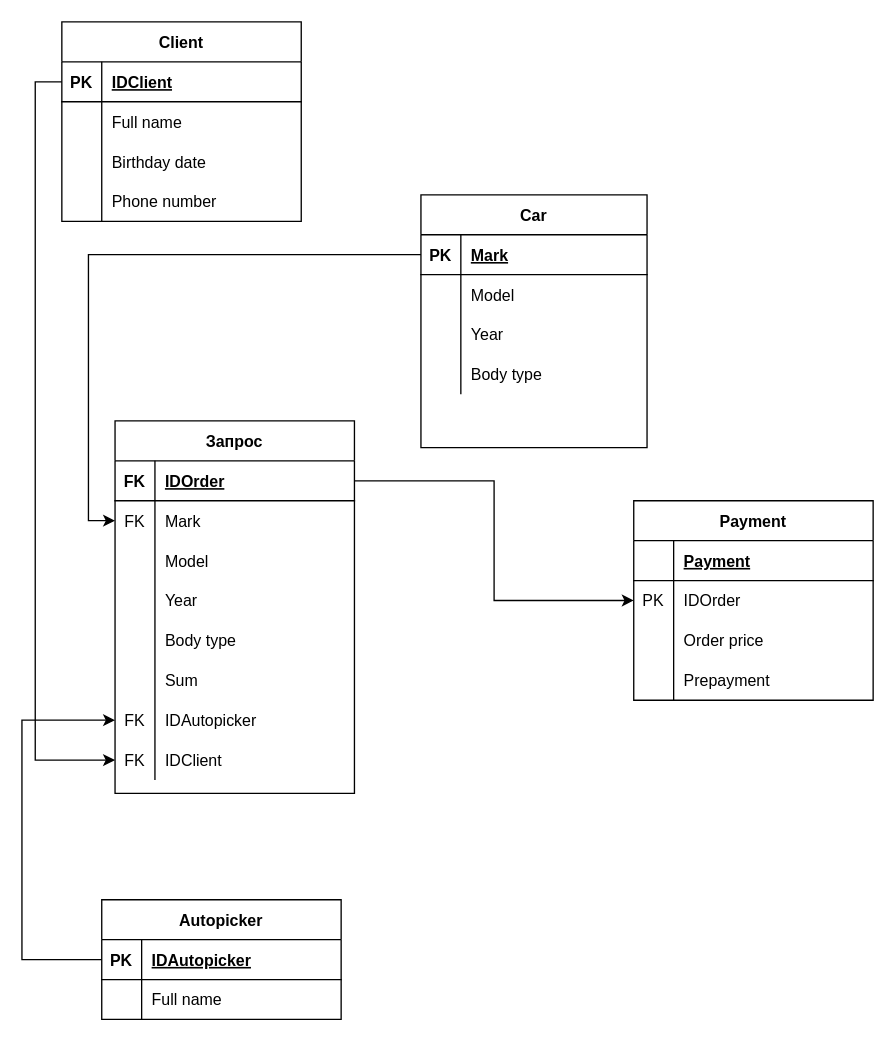
This is Диаграммы/ER.drawio from maksaev62/repr1, a draw.io file, before an edit. Source tidied: cells renumbered, new cells numbered last; positions are measured from the earlier drawing's top-left corner, leaving out a move shared by most shapes. Both pictures are drawn from the tidied source at 133%, with x=0, y=0 at pixel (21, 21).
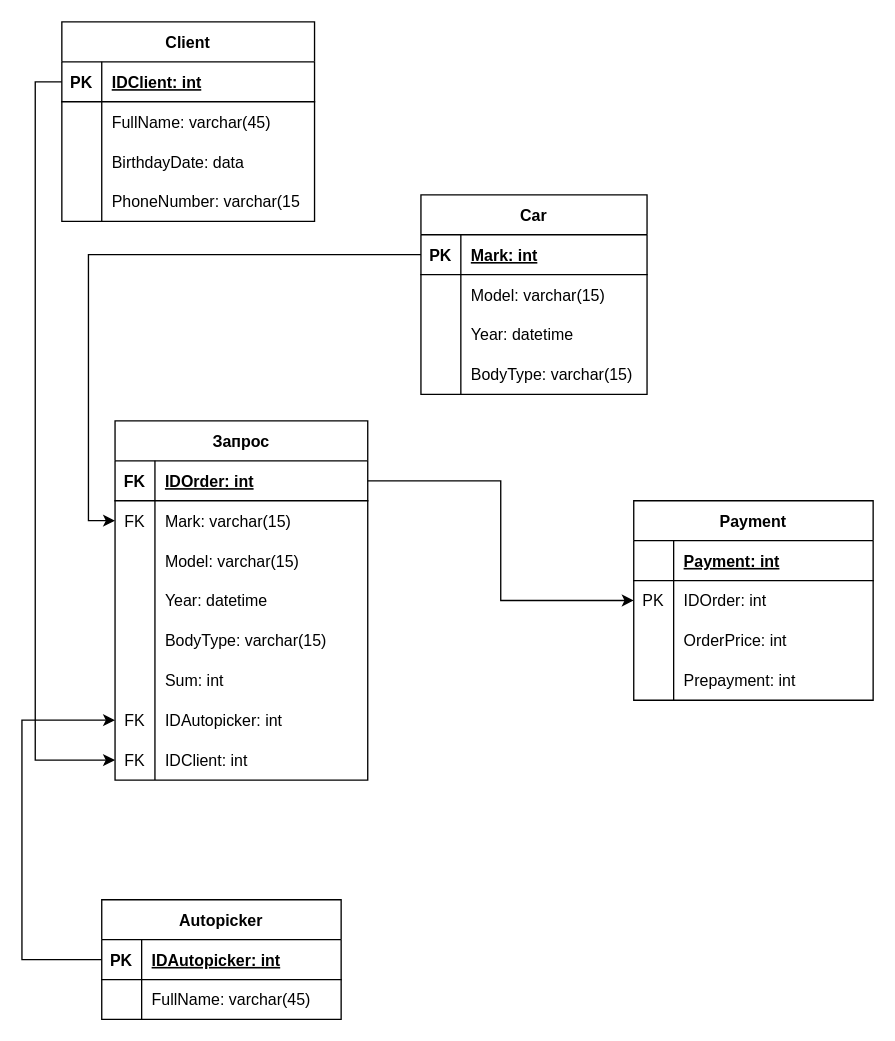
The same diagram, later.

The change refers to these unchanged cells:
```xml
<mxCell id="41" style="shape=partialRectangle;fillColor=none;top=0;left=0;bottom=1;right=0;points=[[0,0.5],[1,0.5]];portConstraint=eastwest;" parent="40" vertex="1">
  <mxGeometry y="30" width="170" height="30" as="geometry" />
</mxCell>
<mxCell id="44" style="shape=partialRectangle;fillColor=none;top=0;left=0;bottom=0;right=0;" parent="40" vertex="1">
  <mxGeometry y="60" width="170" height="30" as="geometry" />
</mxCell>
<mxCell id="47" style="shape=partialRectangle;fillColor=none;top=0;left=0;bottom=0;right=0;" parent="40" vertex="1">
  <mxGeometry y="90" width="170" height="30" as="geometry" />
</mxCell>
<mxCell id="50" style="shape=partialRectangle;fillColor=none;top=0;left=0;bottom=0;right=0;" parent="40" vertex="1">
  <mxGeometry y="120" width="170" height="30" as="geometry" />
</mxCell>
<mxCell id="54" style="shape=partialRectangle;fillColor=none;top=0;left=0;bottom=1;right=0;points=[[0,0.5],[1,0.5]];portConstraint=eastwest;" parent="53" vertex="1">
  <mxGeometry y="30" width="180" height="30" as="geometry" />
</mxCell>
<mxCell id="57" style="shape=partialRectangle;fillColor=none;top=0;left=0;bottom=0;right=0;" parent="53" vertex="1">
  <mxGeometry y="60" width="180" height="30" as="geometry" />
</mxCell>
<mxCell id="61" style="shape=partialRectangle;fillColor=none;top=0;left=0;bottom=1;right=0;" parent="60" vertex="1">
  <mxGeometry y="30" width="180" height="30" as="geometry" />
</mxCell>
<mxCell id="64" style="shape=partialRectangle;fillColor=none;top=0;left=0;bottom=0;right=0;points=[[0,0.5],[1,0.5]];portConstraint=eastwest;" parent="60" vertex="1">
  <mxGeometry y="60" width="180" height="30" as="geometry" />
</mxCell>
<mxCell id="67" style="shape=partialRectangle;fillColor=none;top=0;left=0;bottom=0;right=0;" parent="60" vertex="1">
  <mxGeometry y="90" width="180" height="30" as="geometry" />
</mxCell>
<mxCell id="70" style="shape=partialRectangle;fillColor=none;top=0;left=0;bottom=0;right=0;" parent="60" vertex="1">
  <mxGeometry y="120" width="180" height="30" as="geometry" />
</mxCell>
```

The edit, as a diff of the source:
```diff
@@
     <mxCell id="2" value="Client" style="shape=table;startSize=30;childLayout=tableLayout;rowLines=0;fontStyle=1;align=center;" parent="1" vertex="1">
-      <mxGeometry x="30" width="180" height="150" as="geometry" />
+      <mxGeometry x="30" width="190" height="150" as="geometry" />
     </mxCell>
     <mxCell id="3" style="shape=partialRectangle;fillColor=none;top=0;left=0;bottom=1;right=0;points=[[0,0.5],[1,0.5]];portConstraint=eastwest;" parent="2" vertex="1">
-      <mxGeometry y="30" width="180" height="30" as="geometry" />
+      <mxGeometry y="30" width="190" height="30" as="geometry" />
     </mxCell>
@@
-    <mxCell id="5" value="IDClient" style="shape=partialRectangle;fillColor=none;top=0;left=0;bottom=0;right=0;align=left;spacingLeft=6;fontStyle=5;overflow=hidden;" parent="3" vertex="1">
-      <mxGeometry x="30" width="150" height="30" as="geometry" />
+    <mxCell id="5" value="IDClient: int" style="shape=partialRectangle;fillColor=none;top=0;left=0;bottom=0;right=0;align=left;spacingLeft=6;fontStyle=5;overflow=hidden;" parent="3" vertex="1">
+      <mxGeometry x="30" width="160" height="30" as="geometry" />
     </mxCell>
     <mxCell id="6" style="shape=partialRectangle;fillColor=none;top=0;left=0;bottom=0;right=0;" parent="2" vertex="1">
-      <mxGeometry y="60" width="180" height="30" as="geometry" />
+      <mxGeometry y="60" width="190" height="30" as="geometry" />
     </mxCell>
@@
-    <mxCell id="8" value="Full name" style="shape=partialRectangle;fillColor=none;top=0;left=0;bottom=0;right=0;align=left;spacingLeft=6;overflow=hidden;" parent="6" vertex="1">
-      <mxGeometry x="30" width="150" height="30" as="geometry" />
+    <mxCell id="8" value="FullName: varchar(45)" style="shape=partialRectangle;fillColor=none;top=0;left=0;bottom=0;right=0;align=left;spacingLeft=6;overflow=hidden;" parent="6" vertex="1">
+      <mxGeometry x="30" width="160" height="30" as="geometry" />
     </mxCell>
     <mxCell id="9" style="shape=partialRectangle;fillColor=none;top=0;left=0;bottom=0;right=0;" parent="2" vertex="1">
-      <mxGeometry y="90" width="180" height="30" as="geometry" />
+      <mxGeometry y="90" width="190" height="30" as="geometry" />
     </mxCell>
@@
-    <mxCell id="11" value="Birthday date" style="shape=partialRectangle;fillColor=none;top=0;left=0;bottom=0;right=0;align=left;spacingLeft=6;overflow=hidden;" parent="9" vertex="1">
-      <mxGeometry x="30" width="150" height="30" as="geometry" />
+    <mxCell id="11" value="BirthdayDate: data" style="shape=partialRectangle;fillColor=none;top=0;left=0;bottom=0;right=0;align=left;spacingLeft=6;overflow=hidden;" parent="9" vertex="1">
+      <mxGeometry x="30" width="160" height="30" as="geometry" />
     </mxCell>
     <mxCell id="12" style="shape=partialRectangle;fillColor=none;top=0;left=0;bottom=0;right=0;" parent="2" vertex="1">
-      <mxGeometry y="120" width="180" height="30" as="geometry" />
+      <mxGeometry y="120" width="190" height="30" as="geometry" />
     </mxCell>
@@
-    <mxCell id="14" value="Phone number" style="shape=partialRectangle;fillColor=none;top=0;left=0;bottom=0;right=0;align=left;spacingLeft=6;overflow=hidden;" parent="12" vertex="1">
-      <mxGeometry x="30" width="150" height="30" as="geometry" />
+    <mxCell id="14" value="PhoneNumber: varchar(15" style="shape=partialRectangle;fillColor=none;top=0;left=0;bottom=0;right=0;align=left;spacingLeft=6;overflow=hidden;" parent="12" vertex="1">
+      <mxGeometry x="30" width="160" height="30" as="geometry" />
     </mxCell>
     <mxCell id="15" value="Запрос" style="shape=table;startSize=30;childLayout=tableLayout;rowLines=0;fontStyle=1;align=center;" parent="1" vertex="1">
-      <mxGeometry x="70" y="300" width="180" height="280" as="geometry" />
+      <mxGeometry x="70" y="300" width="190" height="270" as="geometry" />
     </mxCell>
     <mxCell id="16" style="shape=partialRectangle;fillColor=none;top=0;left=0;bottom=1;right=0;points=[[0,0.5],[1,0.5]];portConstraint=eastwest;" parent="15" vertex="1">
-      <mxGeometry y="30" width="180" height="30" as="geometry" />
+      <mxGeometry y="30" width="190" height="30" as="geometry" />
     </mxCell>
@@
-    <mxCell id="18" value="IDOrder" style="shape=partialRectangle;fillColor=none;top=0;left=0;bottom=0;right=0;align=left;spacingLeft=6;fontStyle=5;overflow=hidden;" parent="16" vertex="1">
-      <mxGeometry x="30" width="150" height="30" as="geometry" />
+    <mxCell id="18" value="IDOrder: int" style="shape=partialRectangle;fillColor=none;top=0;left=0;bottom=0;right=0;align=left;spacingLeft=6;fontStyle=5;overflow=hidden;" parent="16" vertex="1">
+      <mxGeometry x="30" width="160" height="30" as="geometry" />
     </mxCell>
     <mxCell id="19" style="shape=partialRectangle;fillColor=none;top=0;left=0;bottom=0;right=0;points=[[0,0.5],[1,0.5]];portConstraint=eastwest;" parent="15" vertex="1">
-      <mxGeometry y="60" width="180" height="30" as="geometry" />
+      <mxGeometry y="60" width="190" height="30" as="geometry" />
     </mxCell>
@@
-    <mxCell id="21" value="Mark" style="shape=partialRectangle;fillColor=none;top=0;left=0;bottom=0;right=0;align=left;spacingLeft=6;overflow=hidden;" parent="19" vertex="1">
-      <mxGeometry x="30" width="150" height="30" as="geometry" />
+    <mxCell id="21" value="Mark: varchar(15)" style="shape=partialRectangle;fillColor=none;top=0;left=0;bottom=0;right=0;align=left;spacingLeft=6;overflow=hidden;" parent="19" vertex="1">
+      <mxGeometry x="30" width="160" height="30" as="geometry" />
     </mxCell>
     <mxCell id="22" style="shape=partialRectangle;fillColor=none;top=0;left=0;bottom=0;right=0;" parent="15" vertex="1">
-      <mxGeometry y="90" width="180" height="30" as="geometry" />
+      <mxGeometry y="90" width="190" height="30" as="geometry" />
     </mxCell>
@@
-    <mxCell id="24" value="Model" style="shape=partialRectangle;fillColor=none;top=0;left=0;bottom=0;right=0;align=left;spacingLeft=6;overflow=hidden;" parent="22" vertex="1">
-      <mxGeometry x="30" width="150" height="30" as="geometry" />
+    <mxCell id="24" value="Model: varchar(15)" style="shape=partialRectangle;fillColor=none;top=0;left=0;bottom=0;right=0;align=left;spacingLeft=6;overflow=hidden;" parent="22" vertex="1">
+      <mxGeometry x="30" width="160" height="30" as="geometry" />
     </mxCell>
     <mxCell id="25" style="shape=partialRectangle;fillColor=none;top=0;left=0;bottom=0;right=0;" parent="15" vertex="1">
-      <mxGeometry y="120" width="180" height="30" as="geometry" />
+      <mxGeometry y="120" width="190" height="30" as="geometry" />
     </mxCell>
@@
-    <mxCell id="27" value="Year" style="shape=partialRectangle;fillColor=none;top=0;left=0;bottom=0;right=0;align=left;spacingLeft=6;overflow=hidden;" parent="25" vertex="1">
-      <mxGeometry x="30" width="150" height="30" as="geometry" />
+    <mxCell id="27" value="Year: datetime" style="shape=partialRectangle;fillColor=none;top=0;left=0;bottom=0;right=0;align=left;spacingLeft=6;overflow=hidden;" parent="25" vertex="1">
+      <mxGeometry x="30" width="160" height="30" as="geometry" />
     </mxCell>
     <mxCell id="28" style="shape=partialRectangle;fillColor=none;top=0;left=0;bottom=0;right=0;" parent="15" vertex="1">
-      <mxGeometry y="150" width="180" height="30" as="geometry" />
+      <mxGeometry y="150" width="190" height="30" as="geometry" />
     </mxCell>
@@
-    <mxCell id="30" value="Body type" style="shape=partialRectangle;fillColor=none;top=0;left=0;bottom=0;right=0;align=left;spacingLeft=6;overflow=hidden;" parent="28" vertex="1">
-      <mxGeometry x="30" width="150" height="30" as="geometry" />
+    <mxCell id="30" value="BodyType: varchar(15)" style="shape=partialRectangle;fillColor=none;top=0;left=0;bottom=0;right=0;align=left;spacingLeft=6;overflow=hidden;" parent="28" vertex="1">
+      <mxGeometry x="30" width="160" height="30" as="geometry" />
     </mxCell>
     <mxCell id="31" style="shape=partialRectangle;fillColor=none;top=0;left=0;bottom=0;right=0;" parent="15" vertex="1">
-      <mxGeometry y="180" width="180" height="30" as="geometry" />
+      <mxGeometry y="180" width="190" height="30" as="geometry" />
     </mxCell>
@@
-    <mxCell id="33" value="Sum" style="shape=partialRectangle;fillColor=none;top=0;left=0;bottom=0;right=0;align=left;spacingLeft=6;overflow=hidden;" parent="31" vertex="1">
-      <mxGeometry x="30" width="150" height="30" as="geometry" />
+    <mxCell id="33" value="Sum: int" style="shape=partialRectangle;fillColor=none;top=0;left=0;bottom=0;right=0;align=left;spacingLeft=6;overflow=hidden;" parent="31" vertex="1">
+      <mxGeometry x="30" width="160" height="30" as="geometry" />
     </mxCell>
     <mxCell id="34" style="shape=partialRectangle;fillColor=none;top=0;left=0;bottom=0;right=0;points=[[0,0.5],[1,0.5]];portConstraint=eastwest;" parent="15" vertex="1">
-      <mxGeometry y="210" width="180" height="30" as="geometry" />
+      <mxGeometry y="210" width="190" height="30" as="geometry" />
     </mxCell>
@@
-    <mxCell id="36" value="IDAutopicker" style="shape=partialRectangle;fillColor=none;top=0;left=0;bottom=0;right=0;align=left;spacingLeft=6;overflow=hidden;" parent="34" vertex="1">
-      <mxGeometry x="30" width="150" height="30" as="geometry" />
+    <mxCell id="36" value="IDAutopicker: int" style="shape=partialRectangle;fillColor=none;top=0;left=0;bottom=0;right=0;align=left;spacingLeft=6;overflow=hidden;" parent="34" vertex="1">
+      <mxGeometry x="30" width="160" height="30" as="geometry" />
     </mxCell>
     <mxCell id="37" style="shape=partialRectangle;fillColor=none;top=0;left=0;bottom=0;right=0;points=[[0,0.5],[1,0.5]];portConstraint=eastwest;" parent="15" vertex="1">
-      <mxGeometry y="240" width="180" height="30" as="geometry" />
+      <mxGeometry y="240" width="190" height="30" as="geometry" />
     </mxCell>
@@
-    <mxCell id="39" value="IDClient" style="shape=partialRectangle;fillColor=none;top=0;left=0;bottom=0;right=0;align=left;spacingLeft=6;overflow=hidden;" parent="37" vertex="1">
-      <mxGeometry x="30" width="150" height="30" as="geometry" />
+    <mxCell id="39" value="IDClient: int" style="shape=partialRectangle;fillColor=none;top=0;left=0;bottom=0;right=0;align=left;spacingLeft=6;overflow=hidden;" parent="37" vertex="1">
+      <mxGeometry x="30" width="160" height="30" as="geometry" />
     </mxCell>
     <mxCell id="40" value="Car" style="shape=table;startSize=30;childLayout=tableLayout;rowLines=0;fontStyle=1;align=center;" parent="1" vertex="1">
-      <mxGeometry x="300" y="130" width="170" height="190" as="geometry" />
+      <mxGeometry x="300" y="130" width="170" height="150" as="geometry" />
     </mxCell>
@@
-    <mxCell id="43" value="Mark" style="shape=partialRectangle;fillColor=none;top=0;left=0;bottom=0;right=0;align=left;spacingLeft=6;fontStyle=5;overflow=hidden;" parent="41" vertex="1">
+    <mxCell id="43" value="Mark: int" style="shape=partialRectangle;fillColor=none;top=0;left=0;bottom=0;right=0;align=left;spacingLeft=6;fontStyle=5;overflow=hidden;" parent="41" vertex="1">
       <mxGeometry x="30" width="140" height="30" as="geometry" />
     </mxCell>
@@
-    <mxCell id="46" value="Model" style="shape=partialRectangle;fillColor=none;top=0;left=0;bottom=0;right=0;align=left;spacingLeft=6;overflow=hidden;" parent="44" vertex="1">
+    <mxCell id="46" value="Model: varchar(15)" style="shape=partialRectangle;fillColor=none;top=0;left=0;bottom=0;right=0;align=left;spacingLeft=6;overflow=hidden;" parent="44" vertex="1">
       <mxGeometry x="30" width="140" height="30" as="geometry" />
     </mxCell>
@@
-    <mxCell id="49" value="Year" style="shape=partialRectangle;fillColor=none;top=0;left=0;bottom=0;right=0;align=left;spacingLeft=6;overflow=hidden;" parent="47" vertex="1">
+    <mxCell id="49" value="Year: datetime" style="shape=partialRectangle;fillColor=none;top=0;left=0;bottom=0;right=0;align=left;spacingLeft=6;overflow=hidden;" parent="47" vertex="1">
       <mxGeometry x="30" width="140" height="30" as="geometry" />
     </mxCell>
@@
-    <mxCell id="52" value="Body type" style="shape=partialRectangle;fillColor=none;top=0;left=0;bottom=0;right=0;align=left;spacingLeft=6;overflow=hidden;" parent="50" vertex="1">
+    <mxCell id="52" value="BodyType: varchar(15)" style="shape=partialRectangle;fillColor=none;top=0;left=0;bottom=0;right=0;align=left;spacingLeft=6;overflow=hidden;" parent="50" vertex="1">
       <mxGeometry x="30" width="140" height="30" as="geometry" />
     </mxCell>
@@
-    <mxCell id="56" value="IDAutopicker" style="shape=partialRectangle;fillColor=none;top=0;left=0;bottom=0;right=0;align=left;spacingLeft=6;fontStyle=5;overflow=hidden;" parent="54" vertex="1">
+    <mxCell id="56" value="IDAutopicker: int" style="shape=partialRectangle;fillColor=none;top=0;left=0;bottom=0;right=0;align=left;spacingLeft=6;fontStyle=5;overflow=hidden;" parent="54" vertex="1">
       <mxGeometry x="30" width="150" height="30" as="geometry" />
     </mxCell>
@@
-    <mxCell id="59" value="Full name" style="shape=partialRectangle;fillColor=none;top=0;left=0;bottom=0;right=0;align=left;spacingLeft=6;overflow=hidden;" parent="57" vertex="1">
+    <mxCell id="59" value="FullName: varchar(45)" style="shape=partialRectangle;fillColor=none;top=0;left=0;bottom=0;right=0;align=left;spacingLeft=6;overflow=hidden;" parent="57" vertex="1">
       <mxGeometry x="30" width="150" height="30" as="geometry" />
     </mxCell>
@@
-    <mxCell id="63" value="Payment" style="shape=partialRectangle;fillColor=none;top=0;left=0;bottom=0;right=0;align=left;spacingLeft=6;fontStyle=5;overflow=hidden;" parent="61" vertex="1">
+    <mxCell id="63" value="Payment: int" style="shape=partialRectangle;fillColor=none;top=0;left=0;bottom=0;right=0;align=left;spacingLeft=6;fontStyle=5;overflow=hidden;" parent="61" vertex="1">
       <mxGeometry x="30" width="150" height="30" as="geometry" />
     </mxCell>
@@
-    <mxCell id="66" value="IDOrder" style="shape=partialRectangle;fillColor=none;top=0;left=0;bottom=0;right=0;align=left;spacingLeft=6;overflow=hidden;" parent="64" vertex="1">
+    <mxCell id="66" value="IDOrder: int" style="shape=partialRectangle;fillColor=none;top=0;left=0;bottom=0;right=0;align=left;spacingLeft=6;overflow=hidden;" parent="64" vertex="1">
       <mxGeometry x="30" width="150" height="30" as="geometry" />
     </mxCell>
@@
-    <mxCell id="69" value="Order price" style="shape=partialRectangle;fillColor=none;top=0;left=0;bottom=0;right=0;align=left;spacingLeft=6;overflow=hidden;" parent="67" vertex="1">
+    <mxCell id="69" value="OrderPrice: int" style="shape=partialRectangle;fillColor=none;top=0;left=0;bottom=0;right=0;align=left;spacingLeft=6;overflow=hidden;" parent="67" vertex="1">
       <mxGeometry x="30" width="150" height="30" as="geometry" />
     </mxCell>
@@
-    <mxCell id="72" value="Prepayment" style="shape=partialRectangle;fillColor=none;top=0;left=0;bottom=0;right=0;align=left;spacingLeft=6;overflow=hidden;" parent="70" vertex="1">
+    <mxCell id="72" value="Prepayment: int" style="shape=partialRectangle;fillColor=none;top=0;left=0;bottom=0;right=0;align=left;spacingLeft=6;overflow=hidden;" parent="70" vertex="1">
       <mxGeometry x="30" width="150" height="30" as="geometry" />
     </mxCell>
```
